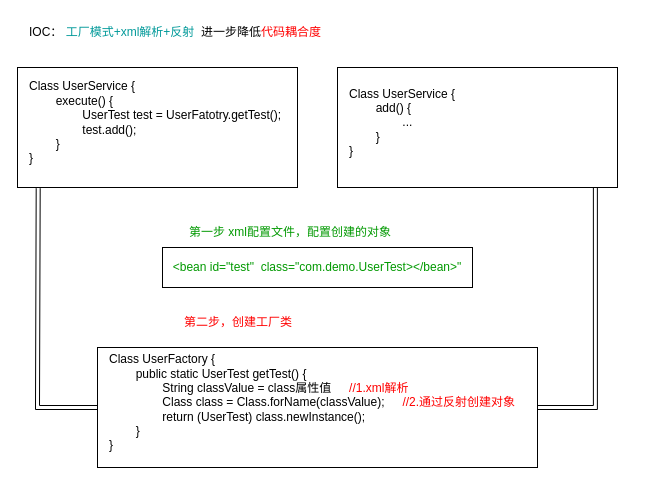
Before: map/IOCBaseTheory.drawio in msqtt/Sources, a draw.io diagram. Source tidied: cells renumbered, new cells numbered last; positions are measured from the earlier drawing's top-left corner, leaving out a move shared by most shapes. Both pictures are drawn from the tidied source at 100%, with x=0, y=0 at pixel (17, 17).
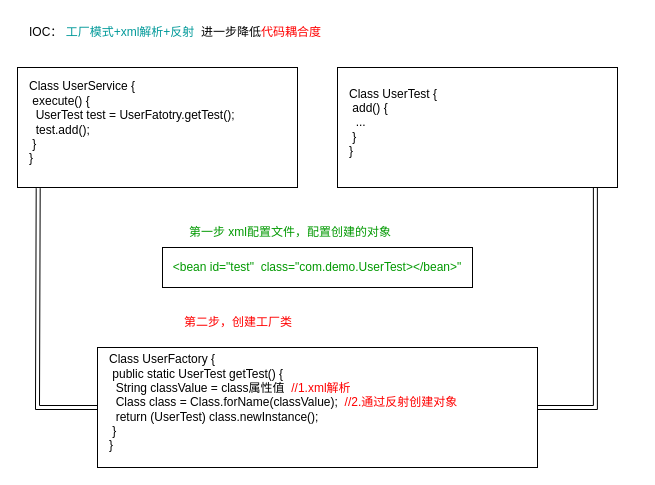
Above is the later version.

The edit, as a diff of the source:
```diff
@@
 <mxGraphModel>
   <root>
     <mxCell id="0" />
     <mxCell id="1" parent="0" />
     <mxCell id="2" style="edgeStyle=orthogonalEdgeStyle;rounded=0;jettySize=auto;html=1;entryX=0;entryY=0.5;entryDx=0;entryDy=0;fontColor=#FF0000;shape=link;exitX=0.074;exitY=0.996;exitDx=0;exitDy=0;exitPerimeter=0;" parent="1" edge="1" source="3" target="8">
       <mxGeometry relative="1" as="geometry">
         <Array as="points">
           <mxPoint x="21" y="171" />
           <mxPoint x="20" y="171" />
           <mxPoint x="20" y="390" />
         </Array>
       </mxGeometry>
     </mxCell>
     <mxCell id="3" style="rounded=0;whiteSpace=wrap;html=1;" parent="1" vertex="1">
       <mxGeometry y="50" width="280" height="120" as="geometry" />
     </mxCell>
-    <mxCell id="4" value="&lt;div style=&quot;&quot;&gt;&lt;span style=&quot;background-color: initial;&quot;&gt;Class UserService {&lt;/span&gt;&lt;/div&gt;&lt;div style=&quot;&quot;&gt;&lt;span style=&quot;background-color: initial;&quot;&gt;&lt;span style=&quot;white-space: pre;&quot;&gt;&#9;&lt;/span&gt;execute() {&lt;/span&gt;&lt;/div&gt;&lt;div style=&quot;&quot;&gt;&lt;span style=&quot;background-color: initial;&quot;&gt;&lt;span style=&quot;white-space: pre;&quot;&gt;&#9;&lt;/span&gt;&lt;span style=&quot;white-space: pre;&quot;&gt;&#9;&lt;/span&gt;UserTest test = UserFatotry.getTest();&lt;/span&gt;&lt;/div&gt;&lt;div style=&quot;&quot;&gt;&lt;span style=&quot;background-color: initial;&quot;&gt;&lt;span style=&quot;white-space: pre;&quot;&gt;&#9;&lt;/span&gt;&lt;span style=&quot;white-space: pre;&quot;&gt;&#9;&lt;/span&gt;test.add();&lt;br&gt;&lt;/span&gt;&lt;/div&gt;&lt;div style=&quot;&quot;&gt;&lt;span style=&quot;background-color: initial;&quot;&gt;&lt;span style=&quot;white-space: pre;&quot;&gt;&#9;&lt;/span&gt;}&lt;br&gt;&lt;/span&gt;&lt;/div&gt;&lt;div style=&quot;&quot;&gt;&lt;span style=&quot;background-color: initial;&quot;&gt;}&lt;/span&gt;&lt;/div&gt;" style="text;html=1;strokeColor=none;fillColor=none;align=left;verticalAlign=middle;whiteSpace=wrap;rounded=0;" parent="1" vertex="1">
+    <mxCell id="4" value="&lt;div style=&quot;&quot;&gt;&lt;span style=&quot;background-color: initial;&quot;&gt;Class UserService {&lt;/span&gt;&lt;/div&gt;&lt;div style=&quot;&quot;&gt;&lt;span style=&quot;background-color: initial;&quot;&gt;&lt;span style=&quot;white-space: pre;&quot;&gt; &lt;/span&gt;execute() {&lt;/span&gt;&lt;/div&gt;&lt;div style=&quot;&quot;&gt;&lt;span style=&quot;background-color: initial;&quot;&gt;&lt;span style=&quot;white-space: pre;&quot;&gt; &lt;/span&gt;&lt;span style=&quot;white-space: pre;&quot;&gt; &lt;/span&gt;UserTest test = UserFatotry.getTest();&lt;/span&gt;&lt;/div&gt;&lt;div style=&quot;&quot;&gt;&lt;span style=&quot;background-color: initial;&quot;&gt;&lt;span style=&quot;white-space: pre;&quot;&gt; &lt;/span&gt;&lt;span style=&quot;white-space: pre;&quot;&gt; &lt;/span&gt;test.add();&lt;br&gt;&lt;/span&gt;&lt;/div&gt;&lt;div style=&quot;&quot;&gt;&lt;span style=&quot;background-color: initial;&quot;&gt;&lt;span style=&quot;white-space: pre;&quot;&gt; &lt;/span&gt;}&lt;br&gt;&lt;/span&gt;&lt;/div&gt;&lt;div style=&quot;&quot;&gt;&lt;span style=&quot;background-color: initial;&quot;&gt;}&lt;/span&gt;&lt;/div&gt;" style="text;html=1;strokeColor=none;fillColor=none;align=left;verticalAlign=middle;whiteSpace=wrap;rounded=0;" parent="1" vertex="1">
       <mxGeometry x="10" y="70" width="290" height="70" as="geometry" />
     </mxCell>
     <mxCell id="5" style="edgeStyle=orthogonalEdgeStyle;shape=link;rounded=0;jettySize=auto;html=1;entryX=1;entryY=0.5;entryDx=0;entryDy=0;fontColor=#FF0000;exitX=0.921;exitY=0.998;exitDx=0;exitDy=0;exitPerimeter=0;" parent="1" edge="1" source="6" target="8">
       <mxGeometry relative="1" as="geometry">
         <Array as="points">
           <mxPoint x="578" y="390" />
         </Array>
       </mxGeometry>
     </mxCell>
     <mxCell id="6" style="rounded=0;whiteSpace=wrap;html=1;" parent="1" vertex="1">
       <mxGeometry x="320" y="50" width="280" height="120" as="geometry" />
     </mxCell>
-    <mxCell id="7" value="&lt;div style=&quot;&quot;&gt;&lt;span style=&quot;background-color: initial;&quot;&gt;Class UserService {&lt;/span&gt;&lt;/div&gt;&lt;div style=&quot;&quot;&gt;&lt;span style=&quot;background-color: initial;&quot;&gt;&lt;span style=&quot;white-space: pre;&quot;&gt;&#9;&lt;/span&gt;add() {&lt;/span&gt;&lt;/div&gt;&lt;div style=&quot;&quot;&gt;&lt;span style=&quot;background-color: initial;&quot;&gt;&lt;span style=&quot;white-space: pre;&quot;&gt;&#9;&lt;/span&gt;&lt;span style=&quot;white-space: pre;&quot;&gt;&#9;&lt;/span&gt;...&lt;/span&gt;&lt;/div&gt;&lt;div style=&quot;&quot;&gt;&lt;span style=&quot;background-color: initial;&quot;&gt;&lt;span style=&quot;white-space: pre;&quot;&gt;&#9;&lt;/span&gt;}&lt;br&gt;&lt;/span&gt;&lt;/div&gt;&lt;div style=&quot;&quot;&gt;&lt;span style=&quot;background-color: initial;&quot;&gt;}&lt;/span&gt;&lt;/div&gt;" style="text;html=1;strokeColor=none;fillColor=none;align=left;verticalAlign=middle;whiteSpace=wrap;rounded=0;" parent="1" vertex="1">
+    <mxCell id="7" value="&lt;div style=&quot;&quot;&gt;&lt;span style=&quot;background-color: initial;&quot;&gt;Class UserTest {&lt;/span&gt;&lt;/div&gt;&lt;div style=&quot;&quot;&gt;&lt;span style=&quot;background-color: initial;&quot;&gt;&lt;span style=&quot;white-space: pre;&quot;&gt; &lt;/span&gt;add() {&lt;/span&gt;&lt;/div&gt;&lt;div style=&quot;&quot;&gt;&lt;span style=&quot;background-color: initial;&quot;&gt;&lt;span style=&quot;white-space: pre;&quot;&gt; &lt;/span&gt;&lt;span style=&quot;white-space: pre;&quot;&gt; &lt;/span&gt;...&lt;/span&gt;&lt;/div&gt;&lt;div style=&quot;&quot;&gt;&lt;span style=&quot;background-color: initial;&quot;&gt;&lt;span style=&quot;white-space: pre;&quot;&gt; &lt;/span&gt;}&lt;br&gt;&lt;/span&gt;&lt;/div&gt;&lt;div style=&quot;&quot;&gt;&lt;span style=&quot;background-color: initial;&quot;&gt;}&lt;/span&gt;&lt;/div&gt;" style="text;html=1;strokeColor=none;fillColor=none;align=left;verticalAlign=middle;whiteSpace=wrap;rounded=0;" parent="1" vertex="1">
       <mxGeometry x="330" y="70" width="290" height="70" as="geometry" />
     </mxCell>
     <mxCell id="8" style="rounded=0;whiteSpace=wrap;html=1;" parent="1" vertex="1">
       <mxGeometry x="80" y="330" width="440" height="120" as="geometry" />
     </mxCell>
-    <mxCell id="9" value="&lt;div style=&quot;&quot;&gt;&lt;span style=&quot;background-color: initial;&quot;&gt;Class UserFactory {&lt;/span&gt;&lt;/div&gt;&lt;div style=&quot;&quot;&gt;&lt;span style=&quot;background-color: initial;&quot;&gt;&lt;span style=&quot;white-space: pre;&quot;&gt;&#9;&lt;/span&gt;public static UserTest getTest() {&lt;/span&gt;&lt;/div&gt;&lt;div style=&quot;&quot;&gt;&lt;span style=&quot;background-color: initial;&quot;&gt;&lt;span style=&quot;white-space: pre;&quot;&gt;&#9;&lt;/span&gt;&lt;span style=&quot;white-space: pre;&quot;&gt;&#9;&lt;/span&gt;String classValue = class属性值 &lt;span style=&quot;white-space: pre;&quot;&gt;&#9;&lt;/span&gt;&lt;font color=&quot;#ff0000&quot;&gt;//1.xml解析&lt;/font&gt;&lt;/span&gt;&lt;/div&gt;&lt;div style=&quot;&quot;&gt;&lt;span style=&quot;background-color: initial;&quot;&gt;&lt;span style=&quot;white-space: pre;&quot;&gt;&#9;&lt;/span&gt;&lt;span style=&quot;white-space: pre;&quot;&gt;&#9;&lt;/span&gt;Class class = Class.forName(classValue); &lt;span style=&quot;white-space: pre;&quot;&gt;&#9;&lt;/span&gt;&lt;font color=&quot;#ff0000&quot;&gt;//2.通过反射创建对象&lt;/font&gt;&lt;br&gt;&lt;/span&gt;&lt;/div&gt;&lt;div style=&quot;&quot;&gt;&lt;span style=&quot;background-color: initial;&quot;&gt;&lt;span style=&quot;white-space: pre;&quot;&gt;&#9;&lt;/span&gt;&lt;span style=&quot;white-space: pre;&quot;&gt;&#9;&lt;/span&gt;return (UserTest) class.newInstance();&lt;br&gt;&lt;/span&gt;&lt;/div&gt;&lt;div style=&quot;&quot;&gt;&lt;span style=&quot;background-color: initial;&quot;&gt;&lt;span style=&quot;white-space: pre;&quot;&gt;&#9;&lt;/span&gt;}&lt;br&gt;&lt;/span&gt;&lt;/div&gt;&lt;div style=&quot;&quot;&gt;&lt;span style=&quot;background-color: initial;&quot;&gt;}&lt;/span&gt;&lt;/div&gt;" style="text;html=1;strokeColor=none;fillColor=none;align=left;verticalAlign=middle;whiteSpace=wrap;rounded=0;" parent="1" vertex="1">
+    <mxCell id="9" value="&lt;div style=&quot;&quot;&gt;&lt;span style=&quot;background-color: initial;&quot;&gt;Class UserFactory {&lt;/span&gt;&lt;/div&gt;&lt;div style=&quot;&quot;&gt;&lt;span style=&quot;background-color: initial;&quot;&gt;&lt;span style=&quot;white-space: pre;&quot;&gt; &lt;/span&gt;public static UserTest getTest() {&lt;/span&gt;&lt;/div&gt;&lt;div style=&quot;&quot;&gt;&lt;span style=&quot;background-color: initial;&quot;&gt;&lt;span style=&quot;white-space: pre;&quot;&gt; &lt;/span&gt;&lt;span style=&quot;white-space: pre;&quot;&gt; &lt;/span&gt;String classValue = class属性值 &lt;span style=&quot;white-space: pre;&quot;&gt; &lt;/span&gt;&lt;font color=&quot;#ff0000&quot;&gt;//1.xml解析&lt;/font&gt;&lt;/span&gt;&lt;/div&gt;&lt;div style=&quot;&quot;&gt;&lt;span style=&quot;background-color: initial;&quot;&gt;&lt;span style=&quot;white-space: pre;&quot;&gt; &lt;/span&gt;&lt;span style=&quot;white-space: pre;&quot;&gt; &lt;/span&gt;Class class = Class.forName(classValue); &lt;span style=&quot;white-space: pre;&quot;&gt; &lt;/span&gt;&lt;font color=&quot;#ff0000&quot;&gt;//2.通过反射创建对象&lt;/font&gt;&lt;br&gt;&lt;/span&gt;&lt;/div&gt;&lt;div style=&quot;&quot;&gt;&lt;span style=&quot;background-color: initial;&quot;&gt;&lt;span style=&quot;white-space: pre;&quot;&gt; &lt;/span&gt;&lt;span style=&quot;white-space: pre;&quot;&gt; &lt;/span&gt;return (UserTest) class.newInstance();&lt;br&gt;&lt;/span&gt;&lt;/div&gt;&lt;div style=&quot;&quot;&gt;&lt;span style=&quot;background-color: initial;&quot;&gt;&lt;span style=&quot;white-space: pre;&quot;&gt; &lt;/span&gt;}&lt;br&gt;&lt;/span&gt;&lt;/div&gt;&lt;div style=&quot;&quot;&gt;&lt;span style=&quot;background-color: initial;&quot;&gt;}&lt;/span&gt;&lt;/div&gt;" style="text;html=1;strokeColor=none;fillColor=none;align=left;verticalAlign=middle;whiteSpace=wrap;rounded=0;" parent="1" vertex="1">
       <mxGeometry x="90" y="350" width="410" height="70" as="geometry" />
     </mxCell>
     <mxCell id="10" value="&lt;font color=&quot;#009900&quot;&gt;&amp;lt;bean id=&quot;test&quot;&amp;nbsp; class=&quot;com.demo.UserTest&amp;gt;&amp;lt;/bean&amp;gt;&quot;&lt;/font&gt;" style="rounded=0;whiteSpace=wrap;html=1;" parent="1" vertex="1">
       <mxGeometry x="145" y="230" width="310" height="40" as="geometry" />
     </mxCell>
     <mxCell id="11" value="第一步 xml配置文件，配置创建的对象" style="text;html=1;strokeColor=none;fillColor=none;align=left;verticalAlign=middle;whiteSpace=wrap;rounded=0;fontColor=#009900;" parent="1" vertex="1">
       <mxGeometry x="170" y="200" width="270" height="30" as="geometry" />
     </mxCell>
     <mxCell id="12" value="&lt;font color=&quot;#ff0000&quot;&gt;第二步，创建工厂类&lt;/font&gt;" style="text;html=1;strokeColor=none;fillColor=none;align=left;verticalAlign=middle;whiteSpace=wrap;rounded=0;fontColor=#009900;" parent="1" vertex="1">
       <mxGeometry x="165" y="290" width="270" height="30" as="geometry" />
     </mxCell>
     <mxCell id="13" value="&lt;font color=&quot;#000000&quot;&gt;IOC：&amp;nbsp;&lt;/font&gt;&lt;font color=&quot;#009999&quot;&gt;工厂模式+xml解析+反射&lt;/font&gt;&lt;font color=&quot;#000000&quot;&gt;&amp;nbsp; 进一步降低&lt;/font&gt;代码耦合度" style="text;html=1;strokeColor=none;fillColor=none;align=left;verticalAlign=middle;whiteSpace=wrap;rounded=0;fontColor=#FF0000;" parent="1" vertex="1">
       <mxGeometry x="10" width="300" height="30" as="geometry" />
     </mxCell>
   </root>
 </mxGraphModel>
```
